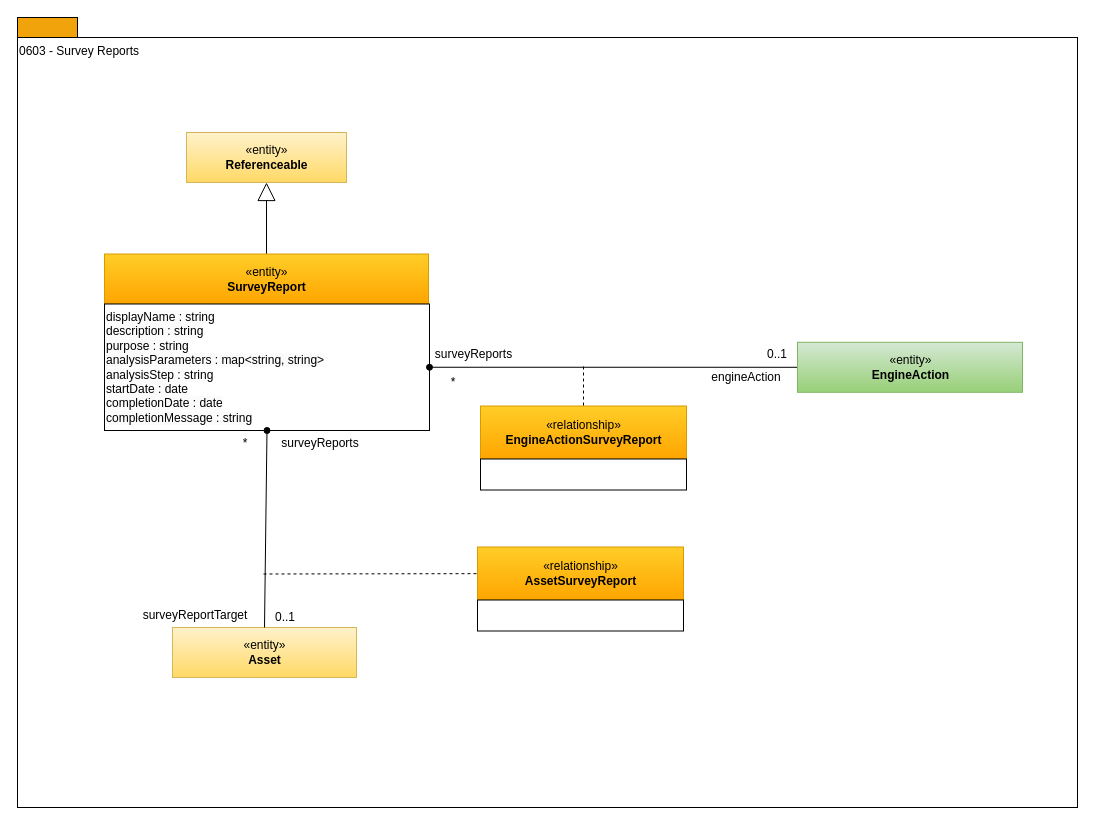
Earlier version of the draw.io diagram page "0603-Survey-Reports" (3 of 17) of site/docs/types/6/area-6-discovery.drawio (odpi/egeria-docs). Source tidied: cells renumbered, new cells numbered last; positions are measured from the earlier drawing's top-left corner, leaving out a move shared by most shapes. Both pictures are drawn from the tidied source at 100%, with x=0, y=0 at pixel (17, 17).
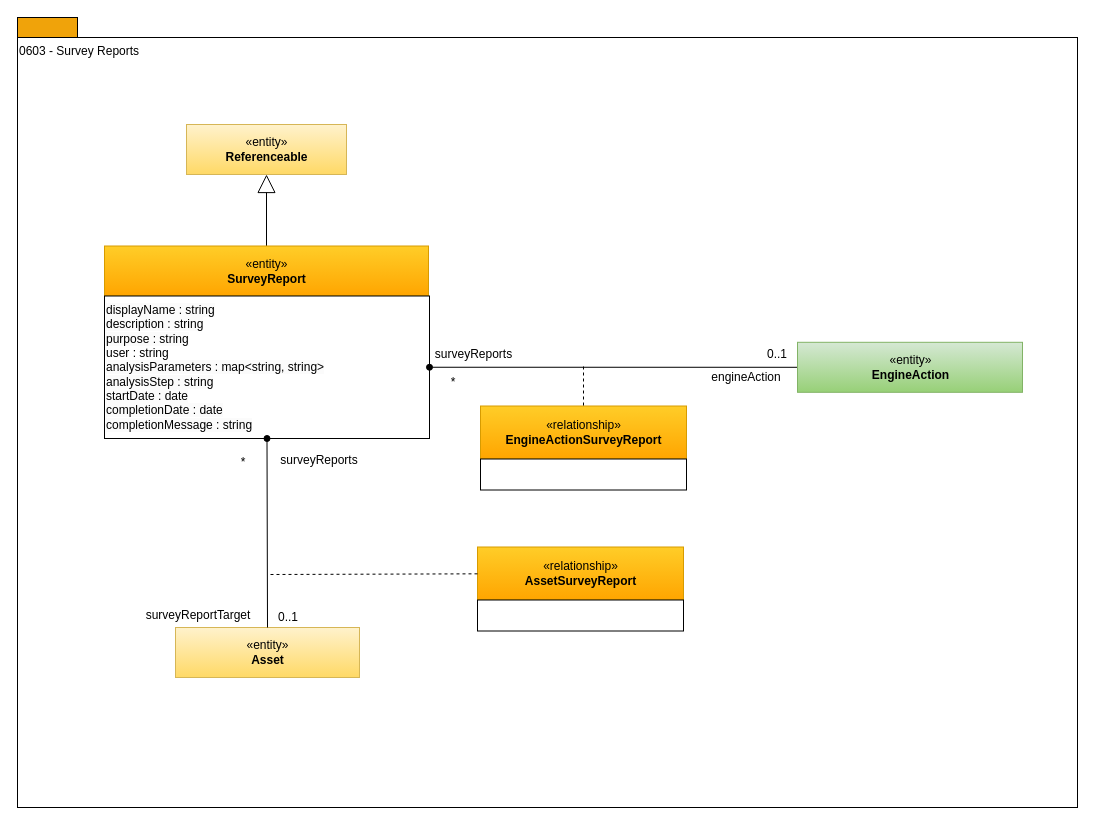
After the change.

Unchanged cells that the change refers to:
```xml
<mxCell id="17" value="«relationship»&lt;br&gt;&lt;b&gt;AssetSurveyReport&lt;/b&gt;" style="html=1;strokeColor=#d79b00;align=center;fillColor=#ffcd28;gradientColor=#ffa500;" parent="1" vertex="1">
  <mxGeometry x="460" y="529.5" width="206" height="53" as="geometry" />
</mxCell>
```

Diff of the diagram source:
```diff
@@
     <mxCell id="5" value="«entity»&lt;br&gt;&lt;b style=&quot;border-color: var(--border-color);&quot;&gt;SurveyReport&lt;/b&gt;" style="html=1;strokeColor=#d79b00;align=center;fillColor=#ffcd28;gradientColor=#ffa500;" parent="1" vertex="1">
-      <mxGeometry x="87" y="236.5" width="324" height="50" as="geometry" />
+      <mxGeometry x="87" y="228.5" width="324" height="50" as="geometry" />
     </mxCell>
-    <mxCell id="6" value="&lt;span style=&quot;color: rgb(0, 0, 0); font-family: Helvetica; font-size: 12px; font-style: normal; font-variant-ligatures: normal; font-variant-caps: normal; font-weight: 400; letter-spacing: normal; orphans: 2; text-align: left; text-indent: 0px; text-transform: none; widows: 2; word-spacing: 0px; -webkit-text-stroke-width: 0px; background-color: rgb(251, 251, 251); text-decoration-thickness: initial; text-decoration-style: initial; text-decoration-color: initial; float: none; display: inline !important;&quot;&gt;displayName : string&lt;/span&gt;&lt;br style=&quot;border-color: var(--border-color); color: rgb(0, 0, 0); font-family: Helvetica; font-size: 12px; font-style: normal; font-variant-ligatures: normal; font-variant-caps: normal; font-weight: 400; letter-spacing: normal; orphans: 2; text-align: left; text-indent: 0px; text-transform: none; widows: 2; word-spacing: 0px; -webkit-text-stroke-width: 0px; text-decoration-thickness: initial; text-decoration-style: initial; text-decoration-color: initial;&quot;&gt;&lt;span style=&quot;color: rgb(0, 0, 0); font-family: Helvetica; font-size: 12px; font-style: normal; font-variant-ligatures: normal; font-variant-caps: normal; font-weight: 400; letter-spacing: normal; orphans: 2; text-align: left; text-indent: 0px; text-transform: none; widows: 2; word-spacing: 0px; -webkit-text-stroke-width: 0px; background-color: rgb(251, 251, 251); text-decoration-thickness: initial; text-decoration-style: initial; text-decoration-color: initial; float: none; display: inline !important;&quot;&gt;description : string&lt;/span&gt;&lt;br style=&quot;border-color: var(--border-color); color: rgb(0, 0, 0); font-family: Helvetica; font-size: 12px; font-style: normal; font-variant-ligatures: normal; font-variant-caps: normal; font-weight: 400; letter-spacing: normal; orphans: 2; text-align: left; text-indent: 0px; text-transform: none; widows: 2; word-spacing: 0px; -webkit-text-stroke-width: 0px; text-decoration-thickness: initial; text-decoration-style: initial; text-decoration-color: initial;&quot;&gt;&lt;span style=&quot;color: rgb(0, 0, 0); font-family: Helvetica; font-size: 12px; font-style: normal; font-variant-ligatures: normal; font-variant-caps: normal; font-weight: 400; letter-spacing: normal; orphans: 2; text-align: left; text-indent: 0px; text-transform: none; widows: 2; word-spacing: 0px; -webkit-text-stroke-width: 0px; background-color: rgb(251, 251, 251); text-decoration-thickness: initial; text-decoration-style: initial; text-decoration-color: initial; float: none; display: inline !important;&quot;&gt;purpose : string&lt;/span&gt;&lt;br style=&quot;border-color: var(--border-color); color: rgb(0, 0, 0); font-family: Helvetica; font-size: 12px; font-style: normal; font-variant-ligatures: normal; font-variant-caps: normal; font-weight: 400; letter-spacing: normal; orphans: 2; text-align: left; text-indent: 0px; text-transform: none; widows: 2; word-spacing: 0px; -webkit-text-stroke-width: 0px; text-decoration-thickness: initial; text-decoration-style: initial; text-decoration-color: initial;&quot;&gt;&lt;span style=&quot;color: rgb(0, 0, 0); font-family: Helvetica; font-size: 12px; font-style: normal; font-variant-ligatures: normal; font-variant-caps: normal; font-weight: 400; letter-spacing: normal; orphans: 2; text-align: left; text-indent: 0px; text-transform: none; widows: 2; word-spacing: 0px; -webkit-text-stroke-width: 0px; background-color: rgb(251, 251, 251); text-decoration-thickness: initial; text-decoration-style: initial; text-decoration-color: initial; float: none; display: inline !important;&quot;&gt;analysisParameters : map&amp;lt;string, string&amp;gt;&lt;/span&gt;&lt;br style=&quot;border-color: var(--border-color); color: rgb(0, 0, 0); font-family: Helvetica; font-size: 12px; font-style: normal; font-variant-ligatures: normal; font-variant-caps: normal; font-weight: 400; letter-spacing: normal; orphans: 2; text-align: left; text-indent: 0px; text-transform: none; widows: 2; word-spacing: 0px; -webkit-text-stroke-width: 0px; text-decoration-thickness: initial; text-decoration-style: initial; text-decoration-color: initial;&quot;&gt;&lt;span style=&quot;color: rgb(0, 0, 0); font-family: Helvetica; font-size: 12px; font-style: normal; font-variant-ligatures: normal; font-variant-caps: normal; font-weight: 400; letter-spacing: normal; orphans: 2; text-align: left; text-indent: 0px; text-transform: none; widows: 2; word-spacing: 0px; -webkit-text-stroke-width: 0px; background-color: rgb(251, 251, 251); text-decoration-thickness: initial; text-decoration-style: initial; text-decoration-color: initial; float: none; display: inline !important;&quot;&gt;analysisStep : string&lt;/span&gt;&lt;br style=&quot;border-color: var(--border-color); color: rgb(0, 0, 0); font-family: Helvetica; font-size: 12px; font-style: normal; font-variant-ligatures: normal; font-variant-caps: normal; font-weight: 400; letter-spacing: normal; orphans: 2; text-align: left; text-indent: 0px; text-transform: none; widows: 2; word-spacing: 0px; -webkit-text-stroke-width: 0px; text-decoration-thickness: initial; text-decoration-style: initial; text-decoration-color: initial;&quot;&gt;&lt;span style=&quot;color: rgb(0, 0, 0); font-family: Helvetica; font-size: 12px; font-style: normal; font-variant-ligatures: normal; font-variant-caps: normal; font-weight: 400; letter-spacing: normal; orphans: 2; text-align: left; text-indent: 0px; text-transform: none; widows: 2; word-spacing: 0px; -webkit-text-stroke-width: 0px; background-color: rgb(251, 251, 251); text-decoration-thickness: initial; text-decoration-style: initial; text-decoration-color: initial; float: none; display: inline !important;&quot;&gt;startDate : date&lt;br&gt;completionDate : date&lt;br&gt;completionMessage : string&lt;br&gt;&lt;/span&gt;" style="rounded=0;whiteSpace=wrap;html=1;strokeColor=#000000;gradientColor=#ffffff;align=left;" parent="1" vertex="1">
-      <mxGeometry x="87" y="286.5" width="325" height="126.5" as="geometry" />
+    <mxCell id="6" value="&lt;span style=&quot;color: rgb(0, 0, 0); font-family: Helvetica; font-size: 12px; font-style: normal; font-variant-ligatures: normal; font-variant-caps: normal; font-weight: 400; letter-spacing: normal; orphans: 2; text-align: left; text-indent: 0px; text-transform: none; widows: 2; word-spacing: 0px; -webkit-text-stroke-width: 0px; background-color: rgb(251, 251, 251); text-decoration-thickness: initial; text-decoration-style: initial; text-decoration-color: initial; float: none; display: inline !important;&quot;&gt;displayName : string&lt;/span&gt;&lt;br style=&quot;border-color: var(--border-color); color: rgb(0, 0, 0); font-family: Helvetica; font-size: 12px; font-style: normal; font-variant-ligatures: normal; font-variant-caps: normal; font-weight: 400; letter-spacing: normal; orphans: 2; text-align: left; text-indent: 0px; text-transform: none; widows: 2; word-spacing: 0px; -webkit-text-stroke-width: 0px; text-decoration-thickness: initial; text-decoration-style: initial; text-decoration-color: initial;&quot;&gt;&lt;span style=&quot;color: rgb(0, 0, 0); font-family: Helvetica; font-size: 12px; font-style: normal; font-variant-ligatures: normal; font-variant-caps: normal; font-weight: 400; letter-spacing: normal; orphans: 2; text-align: left; text-indent: 0px; text-transform: none; widows: 2; word-spacing: 0px; -webkit-text-stroke-width: 0px; background-color: rgb(251, 251, 251); text-decoration-thickness: initial; text-decoration-style: initial; text-decoration-color: initial; float: none; display: inline !important;&quot;&gt;description : string&lt;/span&gt;&lt;br style=&quot;border-color: var(--border-color); color: rgb(0, 0, 0); font-family: Helvetica; font-size: 12px; font-style: normal; font-variant-ligatures: normal; font-variant-caps: normal; font-weight: 400; letter-spacing: normal; orphans: 2; text-align: left; text-indent: 0px; text-transform: none; widows: 2; word-spacing: 0px; -webkit-text-stroke-width: 0px; text-decoration-thickness: initial; text-decoration-style: initial; text-decoration-color: initial;&quot;&gt;&lt;span style=&quot;color: rgb(0, 0, 0); font-family: Helvetica; font-size: 12px; font-style: normal; font-variant-ligatures: normal; font-variant-caps: normal; font-weight: 400; letter-spacing: normal; orphans: 2; text-align: left; text-indent: 0px; text-transform: none; widows: 2; word-spacing: 0px; -webkit-text-stroke-width: 0px; background-color: rgb(251, 251, 251); text-decoration-thickness: initial; text-decoration-style: initial; text-decoration-color: initial; float: none; display: inline !important;&quot;&gt;purpose : string&lt;br&gt;&lt;/span&gt;user : string&lt;br style=&quot;border-color: var(--border-color); color: rgb(0, 0, 0); font-family: Helvetica; font-size: 12px; font-style: normal; font-variant-ligatures: normal; font-variant-caps: normal; font-weight: 400; letter-spacing: normal; orphans: 2; text-align: left; text-indent: 0px; text-transform: none; widows: 2; word-spacing: 0px; -webkit-text-stroke-width: 0px; text-decoration-thickness: initial; text-decoration-style: initial; text-decoration-color: initial;&quot;&gt;&lt;span style=&quot;color: rgb(0, 0, 0); font-family: Helvetica; font-size: 12px; font-style: normal; font-variant-ligatures: normal; font-variant-caps: normal; font-weight: 400; letter-spacing: normal; orphans: 2; text-align: left; text-indent: 0px; text-transform: none; widows: 2; word-spacing: 0px; -webkit-text-stroke-width: 0px; background-color: rgb(251, 251, 251); text-decoration-thickness: initial; text-decoration-style: initial; text-decoration-color: initial; float: none; display: inline !important;&quot;&gt;analysisParameters : map&amp;lt;string, string&amp;gt;&lt;/span&gt;&lt;br style=&quot;border-color: var(--border-color); color: rgb(0, 0, 0); font-family: Helvetica; font-size: 12px; font-style: normal; font-variant-ligatures: normal; font-variant-caps: normal; font-weight: 400; letter-spacing: normal; orphans: 2; text-align: left; text-indent: 0px; text-transform: none; widows: 2; word-spacing: 0px; -webkit-text-stroke-width: 0px; text-decoration-thickness: initial; text-decoration-style: initial; text-decoration-color: initial;&quot;&gt;&lt;span style=&quot;color: rgb(0, 0, 0); font-family: Helvetica; font-size: 12px; font-style: normal; font-variant-ligatures: normal; font-variant-caps: normal; font-weight: 400; letter-spacing: normal; orphans: 2; text-align: left; text-indent: 0px; text-transform: none; widows: 2; word-spacing: 0px; -webkit-text-stroke-width: 0px; background-color: rgb(251, 251, 251); text-decoration-thickness: initial; text-decoration-style: initial; text-decoration-color: initial; float: none; display: inline !important;&quot;&gt;analysisStep : string&lt;/span&gt;&lt;br style=&quot;border-color: var(--border-color); color: rgb(0, 0, 0); font-family: Helvetica; font-size: 12px; font-style: normal; font-variant-ligatures: normal; font-variant-caps: normal; font-weight: 400; letter-spacing: normal; orphans: 2; text-align: left; text-indent: 0px; text-transform: none; widows: 2; word-spacing: 0px; -webkit-text-stroke-width: 0px; text-decoration-thickness: initial; text-decoration-style: initial; text-decoration-color: initial;&quot;&gt;&lt;span style=&quot;color: rgb(0, 0, 0); font-family: Helvetica; font-size: 12px; font-style: normal; font-variant-ligatures: normal; font-variant-caps: normal; font-weight: 400; letter-spacing: normal; orphans: 2; text-align: left; text-indent: 0px; text-transform: none; widows: 2; word-spacing: 0px; -webkit-text-stroke-width: 0px; background-color: rgb(251, 251, 251); text-decoration-thickness: initial; text-decoration-style: initial; text-decoration-color: initial; float: none; display: inline !important;&quot;&gt;startDate : date&lt;br&gt;completionDate : date&lt;br&gt;completionMessage : string&lt;br&gt;&lt;/span&gt;" style="rounded=0;whiteSpace=wrap;html=1;strokeColor=#000000;gradientColor=#ffffff;align=left;" parent="1" vertex="1">
+      <mxGeometry x="87" y="278.5" width="325" height="142.5" as="geometry" />
     </mxCell>
     <mxCell id="7" value="«entity»&lt;br&gt;&lt;b&gt;Referenceable&lt;/b&gt;" style="html=1;strokeColor=#d6b656;align=center;fillColor=#fff2cc;gradientColor=#ffd966;" parent="1" vertex="1">
-      <mxGeometry x="169" y="115" width="160" height="50" as="geometry" />
+      <mxGeometry x="169" y="107" width="160" height="50" as="geometry" />
     </mxCell>
@@
     <mxCell id="16" value="«entity»&lt;br&gt;&lt;b&gt;Asset&lt;/b&gt;" style="html=1;strokeColor=#d6b656;align=center;fillColor=#fff2cc;gradientColor=#ffd966;" parent="1" vertex="1">
-      <mxGeometry x="155" y="610" width="184" height="50" as="geometry" />
+      <mxGeometry x="158" y="610" width="184" height="50" as="geometry" />
     </mxCell>
@@
     <mxCell id="18" style="endArrow=none;dashed=1;html=1;" parent="1" edge="1" target="17">
       <mxGeometry relative="1" as="geometry">
-        <mxPoint x="246" y="556.5" as="sourcePoint" />
+        <mxPoint x="253" y="557" as="sourcePoint" />
       </mxGeometry>
     </mxCell>
     <mxCell id="19" value="*" style="text;html=1;strokeColor=none;fillColor=none;align=center;verticalAlign=middle;whiteSpace=wrap;rounded=0;" parent="1" vertex="1">
-      <mxGeometry x="207.5" y="416" width="40" height="20" as="geometry" />
+      <mxGeometry x="206" y="435" width="40" height="20" as="geometry" />
     </mxCell>
     <mxCell id="20" value="0..1" style="text;html=1;strokeColor=none;fillColor=none;align=center;verticalAlign=middle;whiteSpace=wrap;rounded=0;" parent="1" vertex="1">
-      <mxGeometry x="247.5" y="590" width="40" height="20" as="geometry" />
+      <mxGeometry x="250.5" y="590" width="40" height="20" as="geometry" />
     </mxCell>
@@
     <mxCell id="22" value="surveyReports" style="text;html=1;strokeColor=none;fillColor=none;align=center;verticalAlign=middle;whiteSpace=wrap;rounded=0;" parent="1" vertex="1">
-      <mxGeometry x="252" y="416" width="102" height="20" as="geometry" />
+      <mxGeometry x="251" y="433" width="102" height="20" as="geometry" />
     </mxCell>
     <mxCell id="23" value="surveyReportTarget" style="text;html=1;strokeColor=none;fillColor=none;align=center;verticalAlign=middle;whiteSpace=wrap;rounded=0;" parent="1" vertex="1">
-      <mxGeometry x="113" y="587.5" width="130" height="20" as="geometry" />
+      <mxGeometry x="116" y="587.5" width="130" height="20" as="geometry" />
     </mxCell>
```
